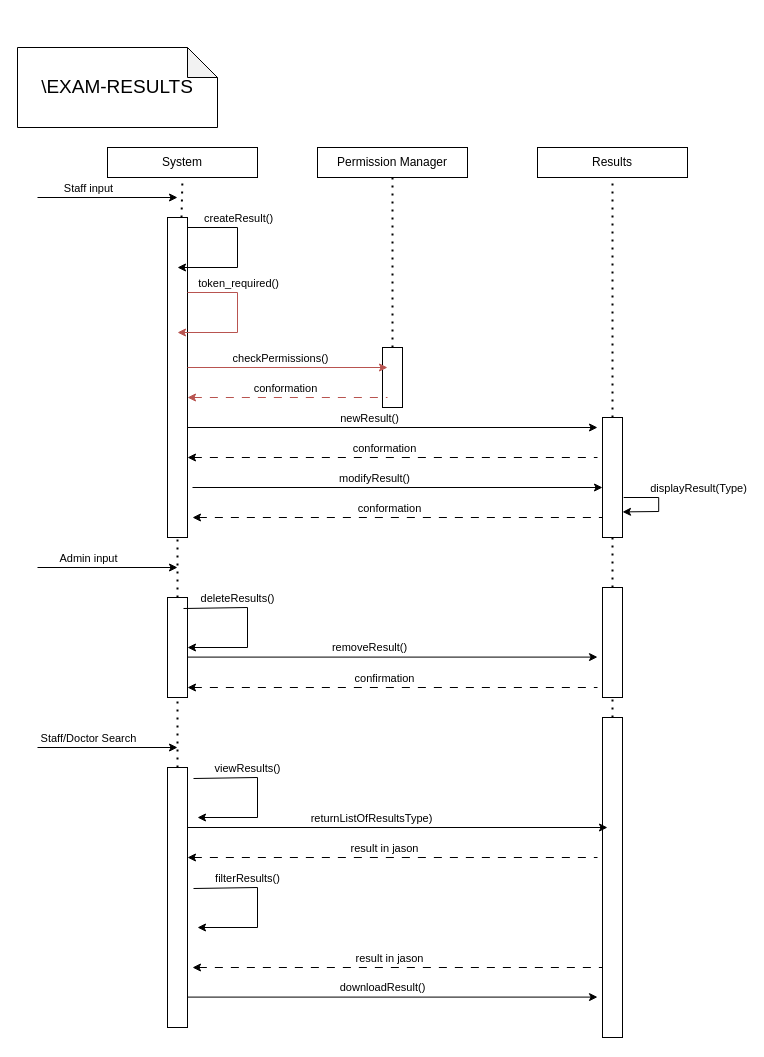
This is Project_Documentation/sequence_design/Results.drawio from IndecentTulip/Online-Health-Monitoring-System, a draw.io file, before an edit. Source tidied: cells renumbered, new cells numbered last; positions are measured from the earlier drawing's top-left corner, leaving out a move shared by most shapes. Both pictures are drawn from the tidied source at 100%, with x=0, y=0 at pixel (17, 47).
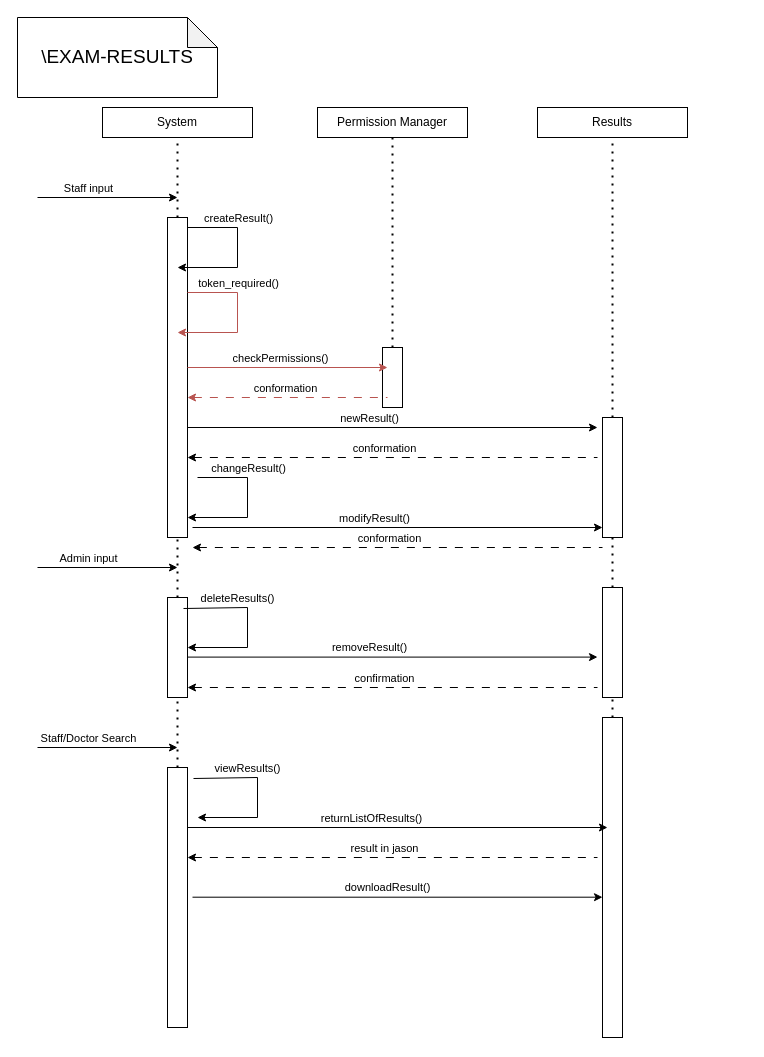
Above is the later version.

The change refers to these unchanged cells:
```xml
<mxCell id="49" style="endArrow=classic;html=1;rounded=0;" parent="1" edge="1">
  <mxGeometry relative="1" as="geometry">
    <mxPoint x="170" y="780" as="sourcePoint" />
    <mxPoint x="590" y="780" as="targetPoint" />
  </mxGeometry>
</mxCell>
```

Change to the diagram source:
```diff
@@
     <mxCell id="4" value="System" style="rounded=0;whiteSpace=wrap;html=1;" parent="1" vertex="1">
-      <mxGeometry x="90" y="100" width="150" height="30" as="geometry" />
+      <mxGeometry x="85" y="60" width="150" height="30" as="geometry" />
     </mxCell>
@@
     <mxCell id="6" value="&lt;font style=&quot;font-size: 19px;&quot;&gt;\EXAM-RESULTS&lt;/font&gt;" style="shape=note;whiteSpace=wrap;html=1;backgroundOutline=1;darkOpacity=0.05;" parent="1" vertex="1">
-      <mxGeometry width="200" height="80" as="geometry" />
+      <mxGeometry y="-30" width="200" height="80" as="geometry" />
     </mxCell>
@@
     <mxCell id="16" value="Results" style="rounded=0;whiteSpace=wrap;html=1;" parent="1" vertex="1">
-      <mxGeometry x="520" y="100" width="150" height="30" as="geometry" />
+      <mxGeometry x="520" y="60" width="150" height="30" as="geometry" />
     </mxCell>
@@
     <mxCell id="22" value="Permission Manager" style="rounded=0;whiteSpace=wrap;html=1;" parent="1" vertex="1">
-      <mxGeometry x="300" y="100" width="150" height="30" as="geometry" />
+      <mxGeometry x="300" y="60" width="150" height="30" as="geometry" />
     </mxCell>
@@
     <mxCell id="43" style="endArrow=classic;html=1;rounded=0;" parent="1" edge="1">
       <mxGeometry relative="1" as="geometry">
-        <mxPoint x="175" y="440" as="sourcePoint" />
-        <mxPoint x="585" y="440" as="targetPoint" />
+        <mxPoint x="175" y="480" as="sourcePoint" />
+        <mxPoint x="585" y="480" as="targetPoint" />
       </mxGeometry>
     </mxCell>
@@
     <mxCell id="45" style="endArrow=none;html=1;rounded=0;dashed=1;dashPattern=8 8;startArrow=classic;startFill=1;endFill=0;" parent="1" edge="1">
       <mxGeometry relative="1" as="geometry">
-        <mxPoint x="175" y="470" as="sourcePoint" />
-        <mxPoint x="585" y="470" as="targetPoint" />
+        <mxPoint x="175" y="500" as="sourcePoint" />
+        <mxPoint x="585" y="500" as="targetPoint" />
       </mxGeometry>
     </mxCell>
@@
-    <mxCell id="50" value="returnListOfResultsType)" style="edgeLabel;html=1;align=center;verticalAlign=middle;" parent="49" vertex="1">
+    <mxCell id="50" value="returnListOfResults()" style="edgeLabel;html=1;align=center;verticalAlign=middle;" parent="49" vertex="1">
       <mxGeometry x="-0.61" y="-2" relative="1" as="geometry">
         <mxPoint x="101" y="-12" as="offset" />
       </mxGeometry>
     </mxCell>
     <mxCell id="51" style="edgeStyle=orthogonalEdgeStyle;rounded=0;orthogonalLoop=1;jettySize=auto;html=1;" parent="1" edge="1">
       <mxGeometry relative="1" as="geometry">
-        <mxPoint x="170" y="949.6" as="sourcePoint" />
-        <mxPoint x="580" y="949.6" as="targetPoint" />
+        <mxPoint x="175" y="849.7" as="sourcePoint" />
+        <mxPoint x="585" y="849.7" as="targetPoint" />
         <Array as="points">
-          <mxPoint x="580" y="949.6" />
+          <mxPoint x="585" y="849.7" />
         </Array>
       </mxGeometry>
     </mxCell>
@@
-    <mxCell id="55" style="endArrow=none;html=1;rounded=0;dashed=1;dashPattern=8 8;startArrow=classic;startFill=1;endFill=0;" parent="1" edge="1">
-      <mxGeometry relative="1" as="geometry">
-        <mxPoint x="175" y="920" as="sourcePoint" />
-        <mxPoint x="585" y="920" as="targetPoint" />
-      </mxGeometry>
-    </mxCell>
-    <mxCell id="56" value="result in jason" style="edgeLabel;html=1;align=center;verticalAlign=middle;" parent="55" vertex="1">
-      <mxGeometry x="0.3" y="2" relative="1" as="geometry">
-        <mxPoint x="-71" y="-8" as="offset" />
-      </mxGeometry>
-    </mxCell>
-    <mxCell id="57" style="endArrow=classic;html=1;rounded=0;entryX=0.94;entryY=0.787;entryDx=0;entryDy=0;entryPerimeter=0;" parent="1" edge="1">
-      <mxGeometry relative="1" as="geometry">
-        <mxPoint x="606.2" y="450" as="sourcePoint" />
-        <mxPoint x="605" y="464.4" as="targetPoint" />
-        <Array as="points">
-          <mxPoint x="641.2" y="450" />
-          <mxPoint x="641.2" y="464" />
-        </Array>
-      </mxGeometry>
-    </mxCell>
-    <mxCell id="58" value="displayResult(Type)" style="edgeLabel;html=1;align=center;verticalAlign=middle;" parent="57" vertex="1">
-      <mxGeometry x="-0.61" y="-2" relative="1" as="geometry">
-        <mxPoint x="57" y="-12" as="offset" />
-      </mxGeometry>
-    </mxCell>
@@
-    <mxCell id="61" style="endArrow=classic;html=1;rounded=0;exitX=0.8;exitY=0.11;exitDx=0;exitDy=0;exitPerimeter=0;" parent="1" edge="1">
-      <mxGeometry relative="1" as="geometry">
-        <mxPoint x="176" y="841" as="sourcePoint" />
-        <mxPoint x="180" y="880" as="targetPoint" />
-        <Array as="points">
-          <mxPoint x="240" y="840" />
-          <mxPoint x="240" y="880" />
-        </Array>
-      </mxGeometry>
-    </mxCell>
-    <mxCell id="62" value="filterResults()" style="edgeLabel;html=1;align=center;verticalAlign=middle;" parent="61" vertex="1">
-      <mxGeometry x="-0.61" y="-2" relative="1" as="geometry">
-        <mxPoint x="21" y="-12" as="offset" />
-      </mxGeometry>
-    </mxCell>
@@
+    <mxCell id="65" style="endArrow=classic;html=1;rounded=0;" parent="1" edge="1">
+      <mxGeometry relative="1" as="geometry">
+        <mxPoint x="180" y="430" as="sourcePoint" />
+        <mxPoint x="170" y="470" as="targetPoint" />
+        <Array as="points">
+          <mxPoint x="230" y="430" />
+          <mxPoint x="230" y="470" />
+        </Array>
+      </mxGeometry>
+    </mxCell>
+    <mxCell id="66" value="changeResult()" style="edgeLabel;html=1;align=center;verticalAlign=middle;" parent="65" vertex="1">
+      <mxGeometry x="-0.61" y="-2" relative="1" as="geometry">
+        <mxPoint x="21" y="-12" as="offset" />
+      </mxGeometry>
+    </mxCell>
```
